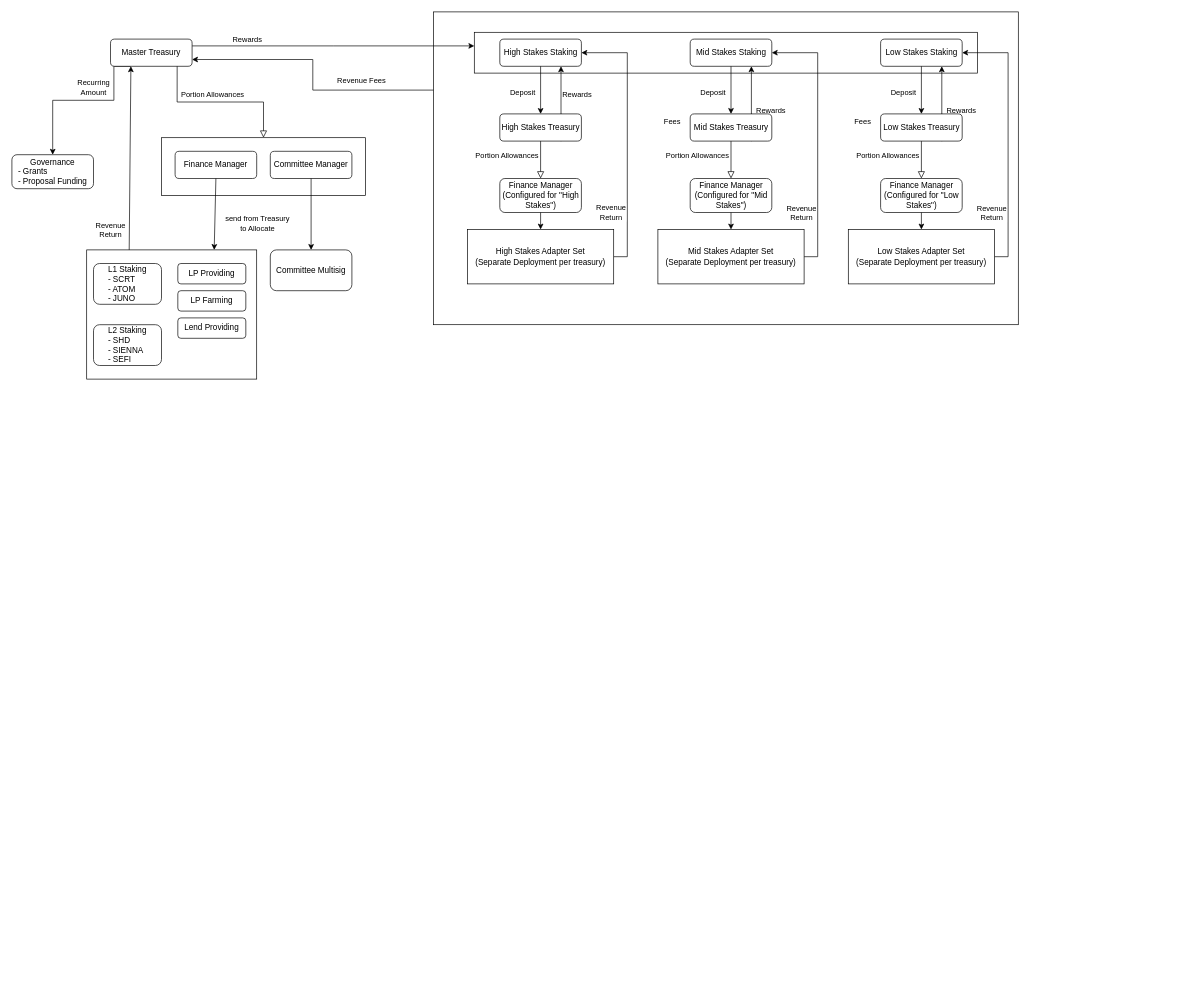
Earlier version of the draw.io diagram dao.drawio (securesecrets/shade). Source tidied: cells renumbered, new cells numbered last; positions are measured from the earlier drawing's top-left corner, leaving out a move shared by most shapes. Both pictures are drawn from the tidied source at 68%, with x=0, y=0 at pixel (12, 12).
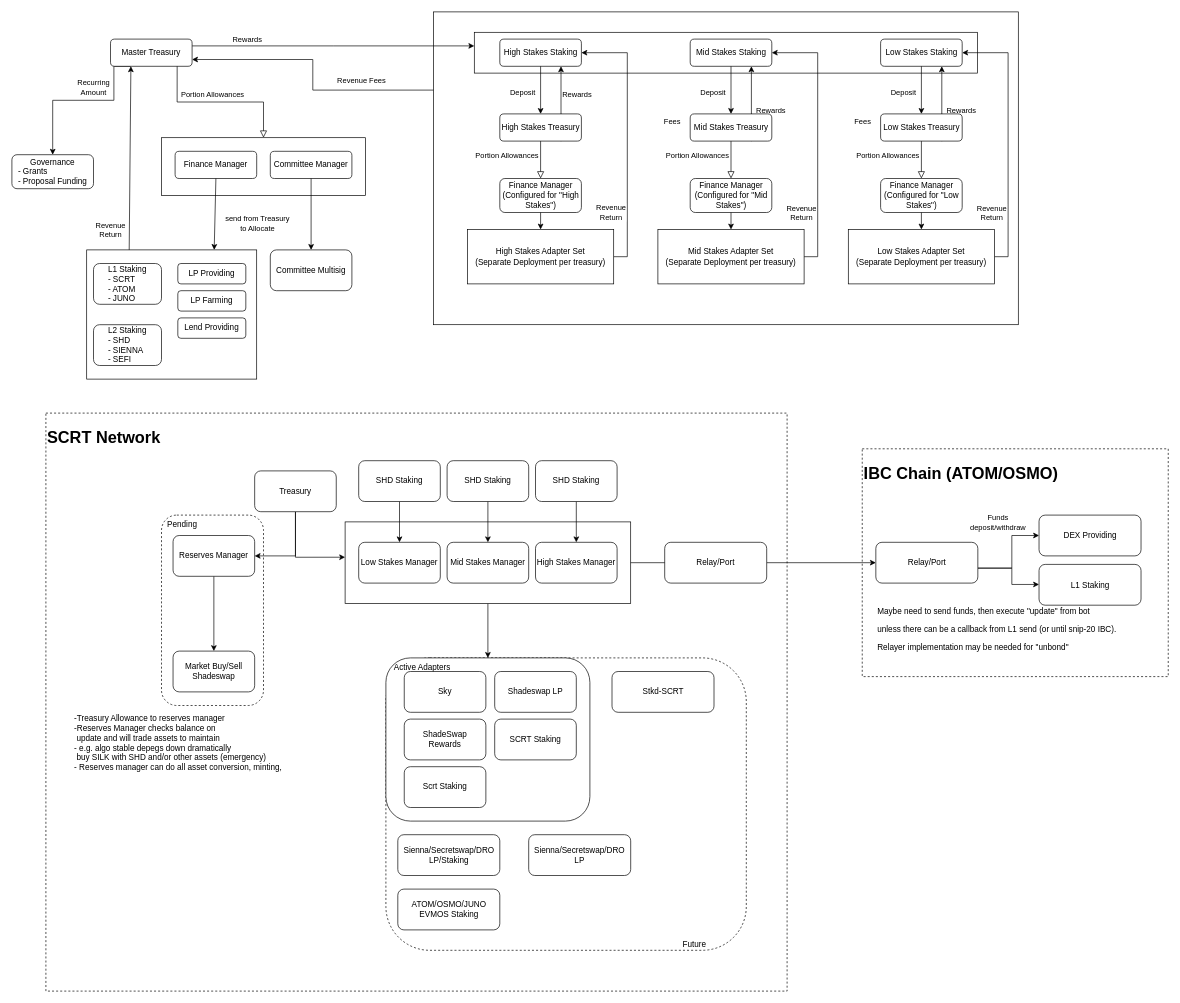
The same page after the edit.

The edit, as a diff of the source:
```diff
@@
+    <mxCell id="70" value="&lt;h1&gt;IBC Chain (ATOM/OSMO)&lt;/h1&gt;" style="rounded=0;whiteSpace=wrap;html=1;dashed=1;align=left;verticalAlign=top;" parent="1" vertex="1">
+      <mxGeometry x="1250.5" y="642.5" width="450" height="335" as="geometry" />
+    </mxCell>
+    <mxCell id="71" value="&lt;h1&gt;SCRT Network&lt;/h1&gt;" style="rounded=0;whiteSpace=wrap;html=1;dashed=1;align=left;verticalAlign=top;" parent="1" vertex="1">
+      <mxGeometry x="50" y="590" width="1090" height="850" as="geometry" />
+    </mxCell>
+    <mxCell id="72" value="&amp;nbsp; Pending" style="rounded=1;whiteSpace=wrap;html=1;dashed=1;align=left;verticalAlign=top;" parent="1" vertex="1">
+      <mxGeometry x="220" y="740" width="150" height="280" as="geometry" />
+    </mxCell>
+    <mxCell id="73" style="edgeStyle=orthogonalEdgeStyle;rounded=0;jettySize=auto;html=1;entryX=0;entryY=0.5;entryDx=0;entryDy=0;startArrow=none;" parent="1" edge="1" source="111" target="107">
+      <mxGeometry relative="1" as="geometry" />
+    </mxCell>
+    <mxCell id="74" style="edgeStyle=orthogonalEdgeStyle;rounded=0;jettySize=auto;html=1;entryX=0.5;entryY=0;entryDx=0;entryDy=0;" parent="1" edge="1" source="75" target="77">
+      <mxGeometry relative="1" as="geometry" />
+    </mxCell>
+    <mxCell id="75" style="rounded=0;whiteSpace=wrap;html=1;" parent="1" vertex="1">
+      <mxGeometry x="490" y="750" width="420" height="120" as="geometry" />
+    </mxCell>
+    <mxCell id="76" value="Future&amp;nbsp; &amp;nbsp; &amp;nbsp; &amp;nbsp; &amp;nbsp; &amp;nbsp; &amp;nbsp; &amp;nbsp; &amp;nbsp;" style="rounded=1;whiteSpace=wrap;html=1;dashed=1;align=right;verticalAlign=bottom;" parent="1" vertex="1">
+      <mxGeometry x="550" y="950" width="530" height="430" as="geometry" />
+    </mxCell>
+    <mxCell id="77" value="&amp;nbsp; &amp;nbsp;Active Adapters" style="rounded=1;whiteSpace=wrap;html=1;align=left;verticalAlign=top;" parent="1" vertex="1">
+      <mxGeometry x="550" y="950" width="300" height="240" as="geometry" />
+    </mxCell>
@@
+    <mxCell id="78" style="edgeStyle=orthogonalEdgeStyle;rounded=0;jettySize=auto;html=1;startArrow=none;" parent="1" edge="1" source="75" target="82">
+      <mxGeometry relative="1" as="geometry">
+        <Array as="points">
+          <mxPoint x="520" y="760" />
+        </Array>
+      </mxGeometry>
+    </mxCell>
+    <mxCell id="79" style="edgeStyle=orthogonalEdgeStyle;rounded=0;jettySize=auto;html=1;exitX=0.5;exitY=1;exitDx=0;exitDy=0;entryX=1;entryY=0.5;entryDx=0;entryDy=0;" parent="1" edge="1" source="81" target="84">
+      <mxGeometry relative="1" as="geometry">
+        <Array as="points">
+          <mxPoint x="417" y="800" />
+        </Array>
+      </mxGeometry>
+    </mxCell>
+    <mxCell id="80" style="edgeStyle=orthogonalEdgeStyle;rounded=0;jettySize=auto;html=1;entryX=0;entryY=0.433;entryDx=0;entryDy=0;entryPerimeter=0;exitX=0.5;exitY=1;exitDx=0;exitDy=0;" parent="1" edge="1" source="81" target="75">
+      <mxGeometry relative="1" as="geometry" />
+    </mxCell>
+    <mxCell id="81" value="Treasury" style="rounded=1;whiteSpace=wrap;html=1;" parent="1" vertex="1">
+      <mxGeometry x="357" y="675" width="120" height="60" as="geometry" />
+    </mxCell>
+    <mxCell id="82" value="Low Stakes Manager" style="rounded=1;whiteSpace=wrap;html=1;" parent="1" vertex="1">
+      <mxGeometry x="510" y="780" width="120" height="60" as="geometry" />
+    </mxCell>
+    <mxCell id="83" style="edgeStyle=orthogonalEdgeStyle;rounded=0;jettySize=auto;html=1;entryX=0.5;entryY=0;entryDx=0;entryDy=0;" parent="1" edge="1" source="84" target="91">
+      <mxGeometry relative="1" as="geometry" />
+    </mxCell>
+    <mxCell id="84" value="Reserves Manager" style="rounded=1;whiteSpace=wrap;html=1;" parent="1" vertex="1">
+      <mxGeometry x="237" y="770" width="120" height="60" as="geometry" />
+    </mxCell>
+    <mxCell id="85" value="Sky" style="rounded=1;whiteSpace=wrap;html=1;" parent="1" vertex="1">
+      <mxGeometry x="577" y="970" width="120" height="60" as="geometry" />
+    </mxCell>
+    <mxCell id="86" value="Shadeswap LP" style="rounded=1;whiteSpace=wrap;html=1;" parent="1" vertex="1">
+      <mxGeometry x="710" y="970" width="120" height="60" as="geometry" />
+    </mxCell>
+    <mxCell id="87" style="edgeStyle=orthogonalEdgeStyle;rounded=0;jettySize=auto;html=1;exitX=0.5;exitY=1;exitDx=0;exitDy=0;" parent="1" edge="1" source="88" target="82">
+      <mxGeometry relative="1" as="geometry" />
+    </mxCell>
+    <mxCell id="88" value="SHD Staking" style="rounded=1;whiteSpace=wrap;html=1;" parent="1" vertex="1">
+      <mxGeometry x="510" y="660" width="120" height="60" as="geometry" />
+    </mxCell>
+    <mxCell id="89" value="ShadeSwap &lt;br&gt;Rewards" style="rounded=1;whiteSpace=wrap;html=1;" parent="1" vertex="1">
+      <mxGeometry x="577" y="1040" width="120" height="60" as="geometry" />
+    </mxCell>
+    <mxCell id="90" value="SCRT Staking" style="rounded=1;whiteSpace=wrap;html=1;" parent="1" vertex="1">
+      <mxGeometry x="710" y="1040" width="120" height="60" as="geometry" />
+    </mxCell>
+    <mxCell id="91" value="Market Buy/Sell Shadeswap" style="rounded=1;whiteSpace=wrap;html=1;" parent="1" vertex="1">
+      <mxGeometry x="237" y="940" width="120" height="60" as="geometry" />
+    </mxCell>
+    <mxCell id="92" value="&lt;div style=&quot;&quot;&gt;&lt;span style=&quot;background-color: initial;&quot;&gt;-Treasury Allowance to reserves manager&lt;/span&gt;&lt;/div&gt;&lt;div style=&quot;&quot;&gt;&lt;span style=&quot;background-color: initial;&quot;&gt;-Reserves Manager checks balance on&amp;nbsp;&lt;/span&gt;&lt;/div&gt;&lt;div style=&quot;&quot;&gt;&lt;span style=&quot;background-color: initial;&quot;&gt;&lt;span style=&quot;white-space: pre;&quot;&gt; &lt;/span&gt;update and will trade assets to maintain&lt;/span&gt;&lt;/div&gt;&lt;div style=&quot;&quot;&gt;&lt;span style=&quot;background-color: initial;&quot;&gt;- e.g. algo stable depegs down dramatically&lt;/span&gt;&lt;/div&gt;&lt;div style=&quot;&quot;&gt;&lt;span style=&quot;background-color: initial;&quot;&gt;&lt;span style=&quot;white-space: pre;&quot;&gt; &lt;/span&gt;buy SILK with SHD and/or other assets (emergency)&lt;/span&gt;&lt;/div&gt;&lt;div style=&quot;&quot;&gt;&lt;span style=&quot;background-color: initial;&quot;&gt;- Reserves manager can do all asset conversion, minting,&amp;nbsp;&lt;/span&gt;&lt;/div&gt;" style="text;html=1;align=left;verticalAlign=middle;strokeColor=none;fillColor=none;" parent="1" vertex="1">
+      <mxGeometry x="90" y="1030" width="320" height="90" as="geometry" />
+    </mxCell>
+    <mxCell id="93" value="Mid Stakes Manager" style="rounded=1;whiteSpace=wrap;html=1;" parent="1" vertex="1">
+      <mxGeometry x="640" y="780" width="120" height="60" as="geometry" />
+    </mxCell>
+    <mxCell id="94" value="High Stakes Manager" style="rounded=1;whiteSpace=wrap;html=1;" parent="1" vertex="1">
+      <mxGeometry x="770" y="780" width="120" height="60" as="geometry" />
+    </mxCell>
+    <mxCell id="95" style="edgeStyle=orthogonalEdgeStyle;rounded=0;jettySize=auto;html=1;entryX=0.5;entryY=0;entryDx=0;entryDy=0;" parent="1" edge="1" source="96" target="93">
+      <mxGeometry relative="1" as="geometry" />
+    </mxCell>
+    <mxCell id="96" value="SHD Staking" style="rounded=1;whiteSpace=wrap;html=1;" parent="1" vertex="1">
+      <mxGeometry x="640" y="660" width="120" height="60" as="geometry" />
+    </mxCell>
+    <mxCell id="97" style="edgeStyle=orthogonalEdgeStyle;rounded=0;jettySize=auto;html=1;entryX=0.5;entryY=0;entryDx=0;entryDy=0;" parent="1" edge="1" source="98" target="94">
+      <mxGeometry relative="1" as="geometry" />
+    </mxCell>
+    <mxCell id="98" value="SHD Staking" style="rounded=1;whiteSpace=wrap;html=1;" parent="1" vertex="1">
+      <mxGeometry x="770" y="660" width="120" height="60" as="geometry" />
+    </mxCell>
+    <mxCell id="99" value="Sienna/Secretswap/DRO LP/Staking" style="rounded=1;whiteSpace=wrap;html=1;" parent="1" vertex="1">
+      <mxGeometry x="567.5" y="1210" width="150" height="60" as="geometry" />
+    </mxCell>
+    <mxCell id="100" value="ATOM/OSMO/JUNO&lt;br&gt;EVMOS Staking" style="rounded=1;whiteSpace=wrap;html=1;" parent="1" vertex="1">
+      <mxGeometry x="567.5" y="1290" width="150" height="60" as="geometry" />
+    </mxCell>
+    <mxCell id="101" value="Sienna/Secretswap/DRO LP" style="rounded=1;whiteSpace=wrap;html=1;" parent="1" vertex="1">
+      <mxGeometry x="760" y="1210" width="150" height="60" as="geometry" />
+    </mxCell>
+    <mxCell id="102" value="Scrt Staking" style="rounded=1;whiteSpace=wrap;html=1;" parent="1" vertex="1">
+      <mxGeometry x="577" y="1110" width="120" height="60" as="geometry" />
+    </mxCell>
+    <mxCell id="103" value="Stkd-SCRT" style="rounded=1;whiteSpace=wrap;html=1;" parent="1" vertex="1">
+      <mxGeometry x="882.5" y="970" width="150" height="60" as="geometry" />
+    </mxCell>
+    <mxCell id="104" style="edgeStyle=orthogonalEdgeStyle;rounded=0;jettySize=auto;html=1;entryX=0;entryY=0.5;entryDx=0;entryDy=0;" parent="1" edge="1" source="107" target="109">
+      <mxGeometry relative="1" as="geometry">
+        <Array as="points">
+          <mxPoint x="1470.5" y="818" />
+          <mxPoint x="1470.5" y="770" />
+        </Array>
+      </mxGeometry>
+    </mxCell>
+    <mxCell id="105" style="edgeStyle=orthogonalEdgeStyle;rounded=0;jettySize=auto;html=1;" parent="1" edge="1" source="107" target="108">
+      <mxGeometry relative="1" as="geometry">
+        <Array as="points">
+          <mxPoint x="1470.5" y="818" />
+          <mxPoint x="1470.5" y="842" />
+        </Array>
+      </mxGeometry>
+    </mxCell>
+    <mxCell id="106" value="Funds &lt;br&gt;deposit/withdraw" style="edgeLabel;html=1;align=center;verticalAlign=middle;" parent="105" vertex="1">
+      <mxGeometry x="-0.45" y="1" relative="1" as="geometry">
+        <mxPoint x="-2" y="-67" as="offset" />
+      </mxGeometry>
+    </mxCell>
+    <mxCell id="107" value="Relay/Port" style="rounded=1;whiteSpace=wrap;html=1;" parent="1" vertex="1">
+      <mxGeometry x="1270.5" y="780" width="150" height="60" as="geometry" />
+    </mxCell>
+    <mxCell id="108" value="L1 Staking" style="rounded=1;whiteSpace=wrap;html=1;" parent="1" vertex="1">
+      <mxGeometry x="1510.5" y="812.5" width="150" height="60" as="geometry" />
+    </mxCell>
+    <mxCell id="109" value="DEX Providing" style="rounded=1;whiteSpace=wrap;html=1;" parent="1" vertex="1">
+      <mxGeometry x="1510.5" y="740" width="150" height="60" as="geometry" />
+    </mxCell>
+    <mxCell id="110" value="&lt;p&gt;Maybe need to send funds,&amp;nbsp;&lt;span style=&quot;background-color: initial;&quot;&gt;then execute &quot;update&quot; from bot&lt;/span&gt;&lt;/p&gt;&lt;p&gt;&lt;span style=&quot;background-color: initial;&quot;&gt;unless there can be a callback from L1 send (or until snip-20 IBC).&lt;/span&gt;&lt;/p&gt;&lt;p&gt;&lt;span style=&quot;background-color: initial;&quot;&gt;Relayer implementation may be needed for &quot;unbond&quot;&lt;/span&gt;&lt;/p&gt;" style="text;html=1;align=left;verticalAlign=middle;strokeColor=none;fillColor=none;" parent="1" vertex="1">
+      <mxGeometry x="1270.5" y="857.5" width="370" height="100" as="geometry" />
+    </mxCell>
+    <mxCell id="111" value="Relay/Port" style="rounded=1;whiteSpace=wrap;html=1;" parent="1" vertex="1">
+      <mxGeometry x="960" y="780" width="150" height="60" as="geometry" />
+    </mxCell>
+    <mxCell id="112" style="edgeStyle=orthogonalEdgeStyle;rounded=0;jettySize=auto;html=1;entryX=0;entryY=0.5;entryDx=0;entryDy=0;endArrow=none;" parent="1" edge="1" source="75" target="111">
+      <mxGeometry relative="1" as="geometry" />
+    </mxCell>
```
